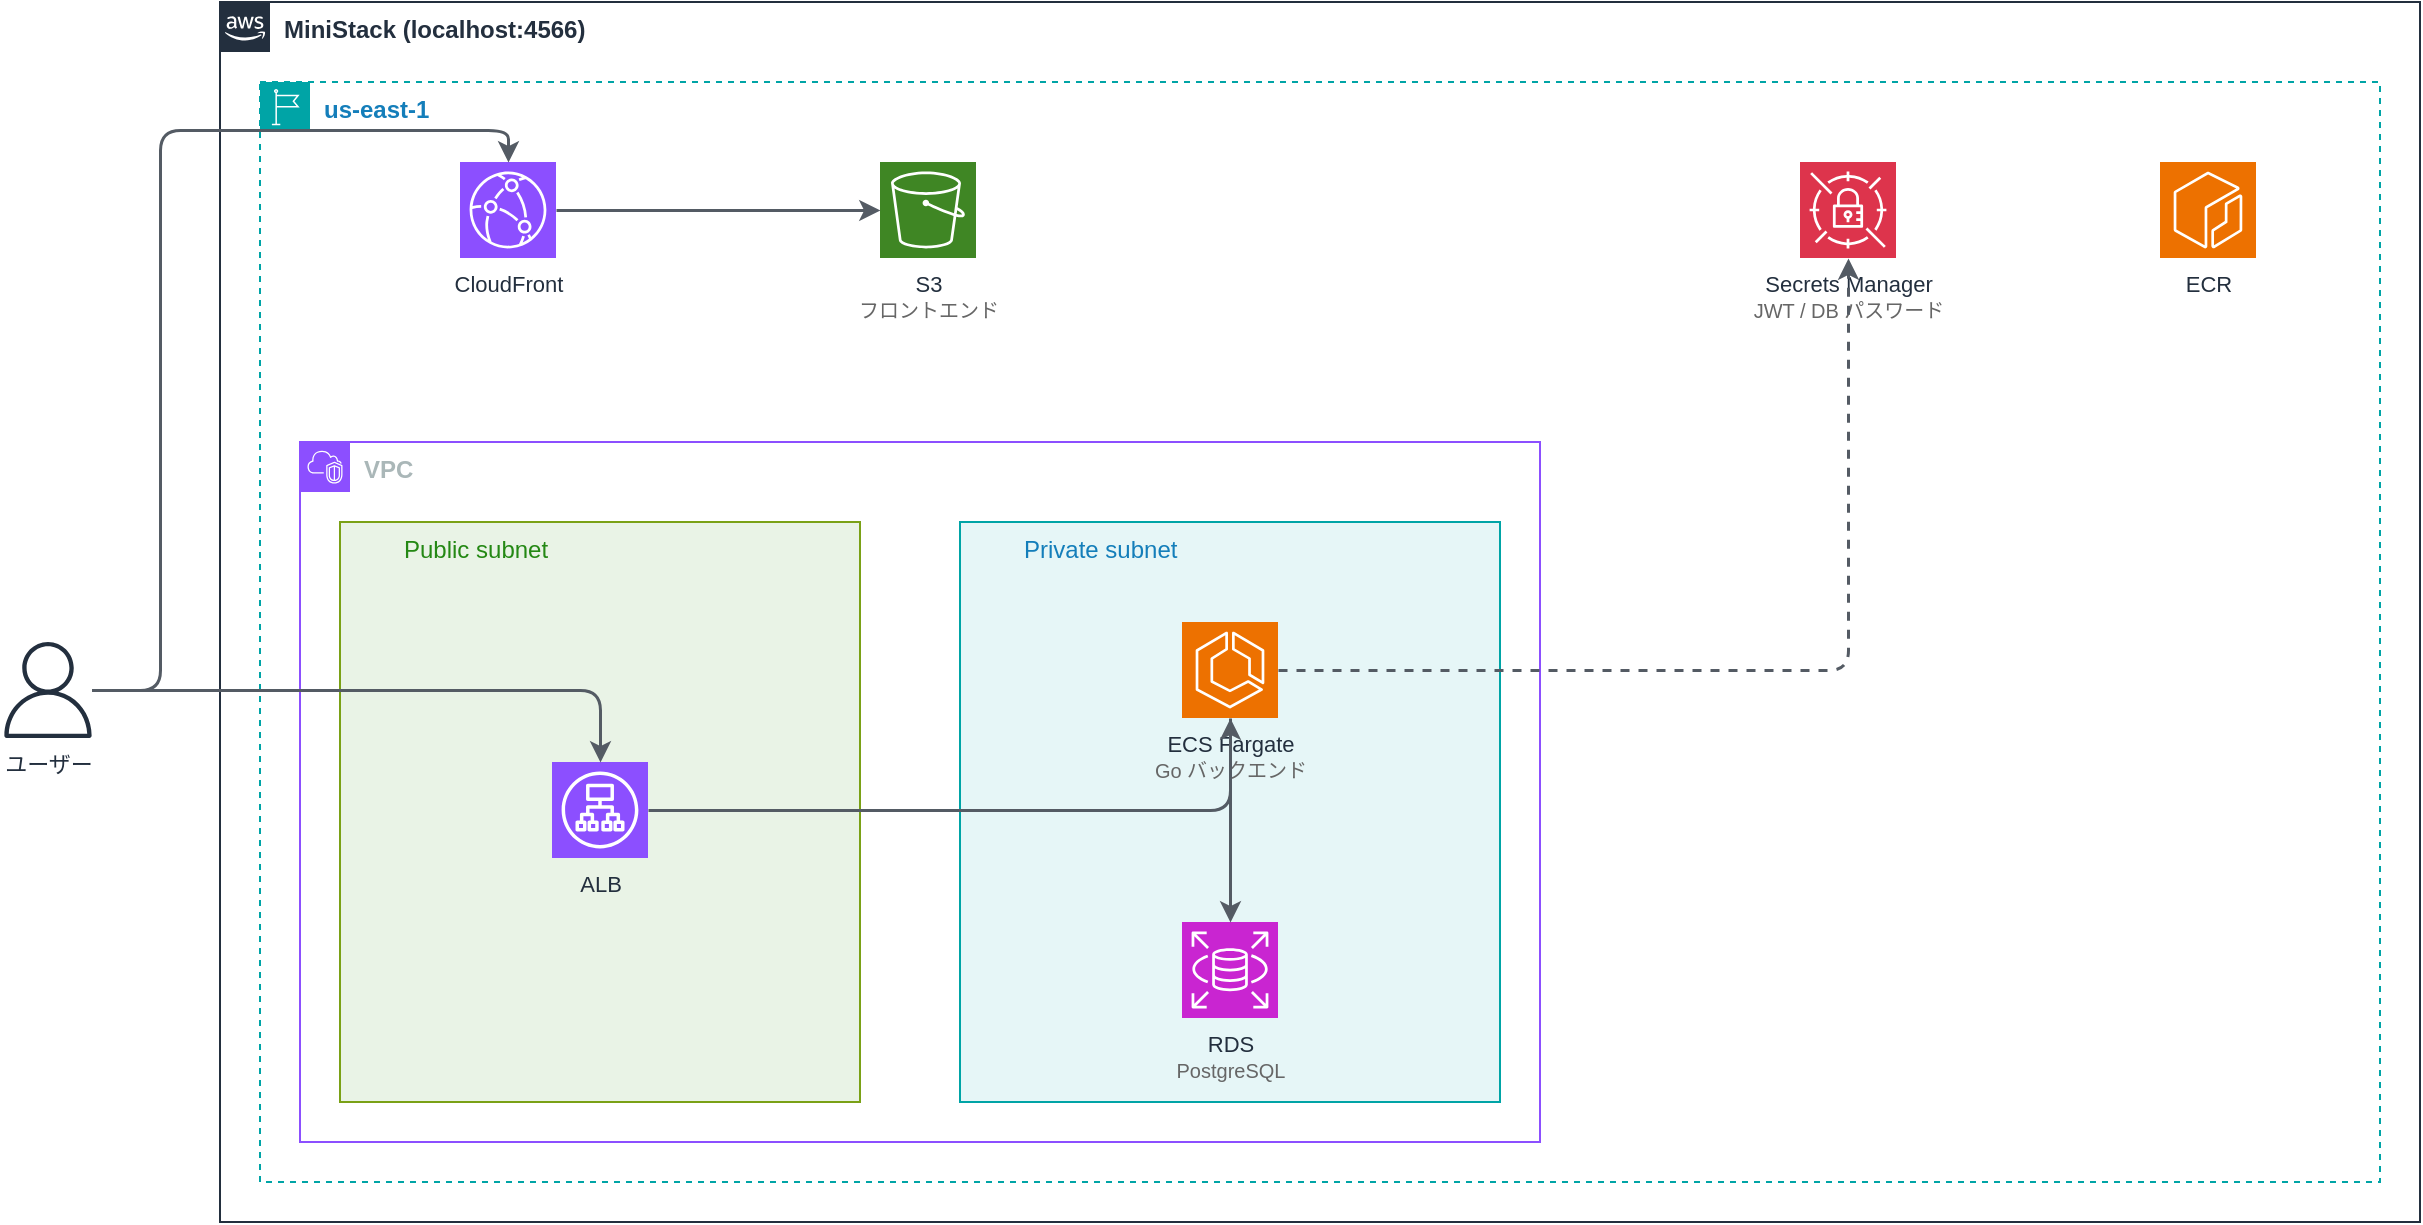
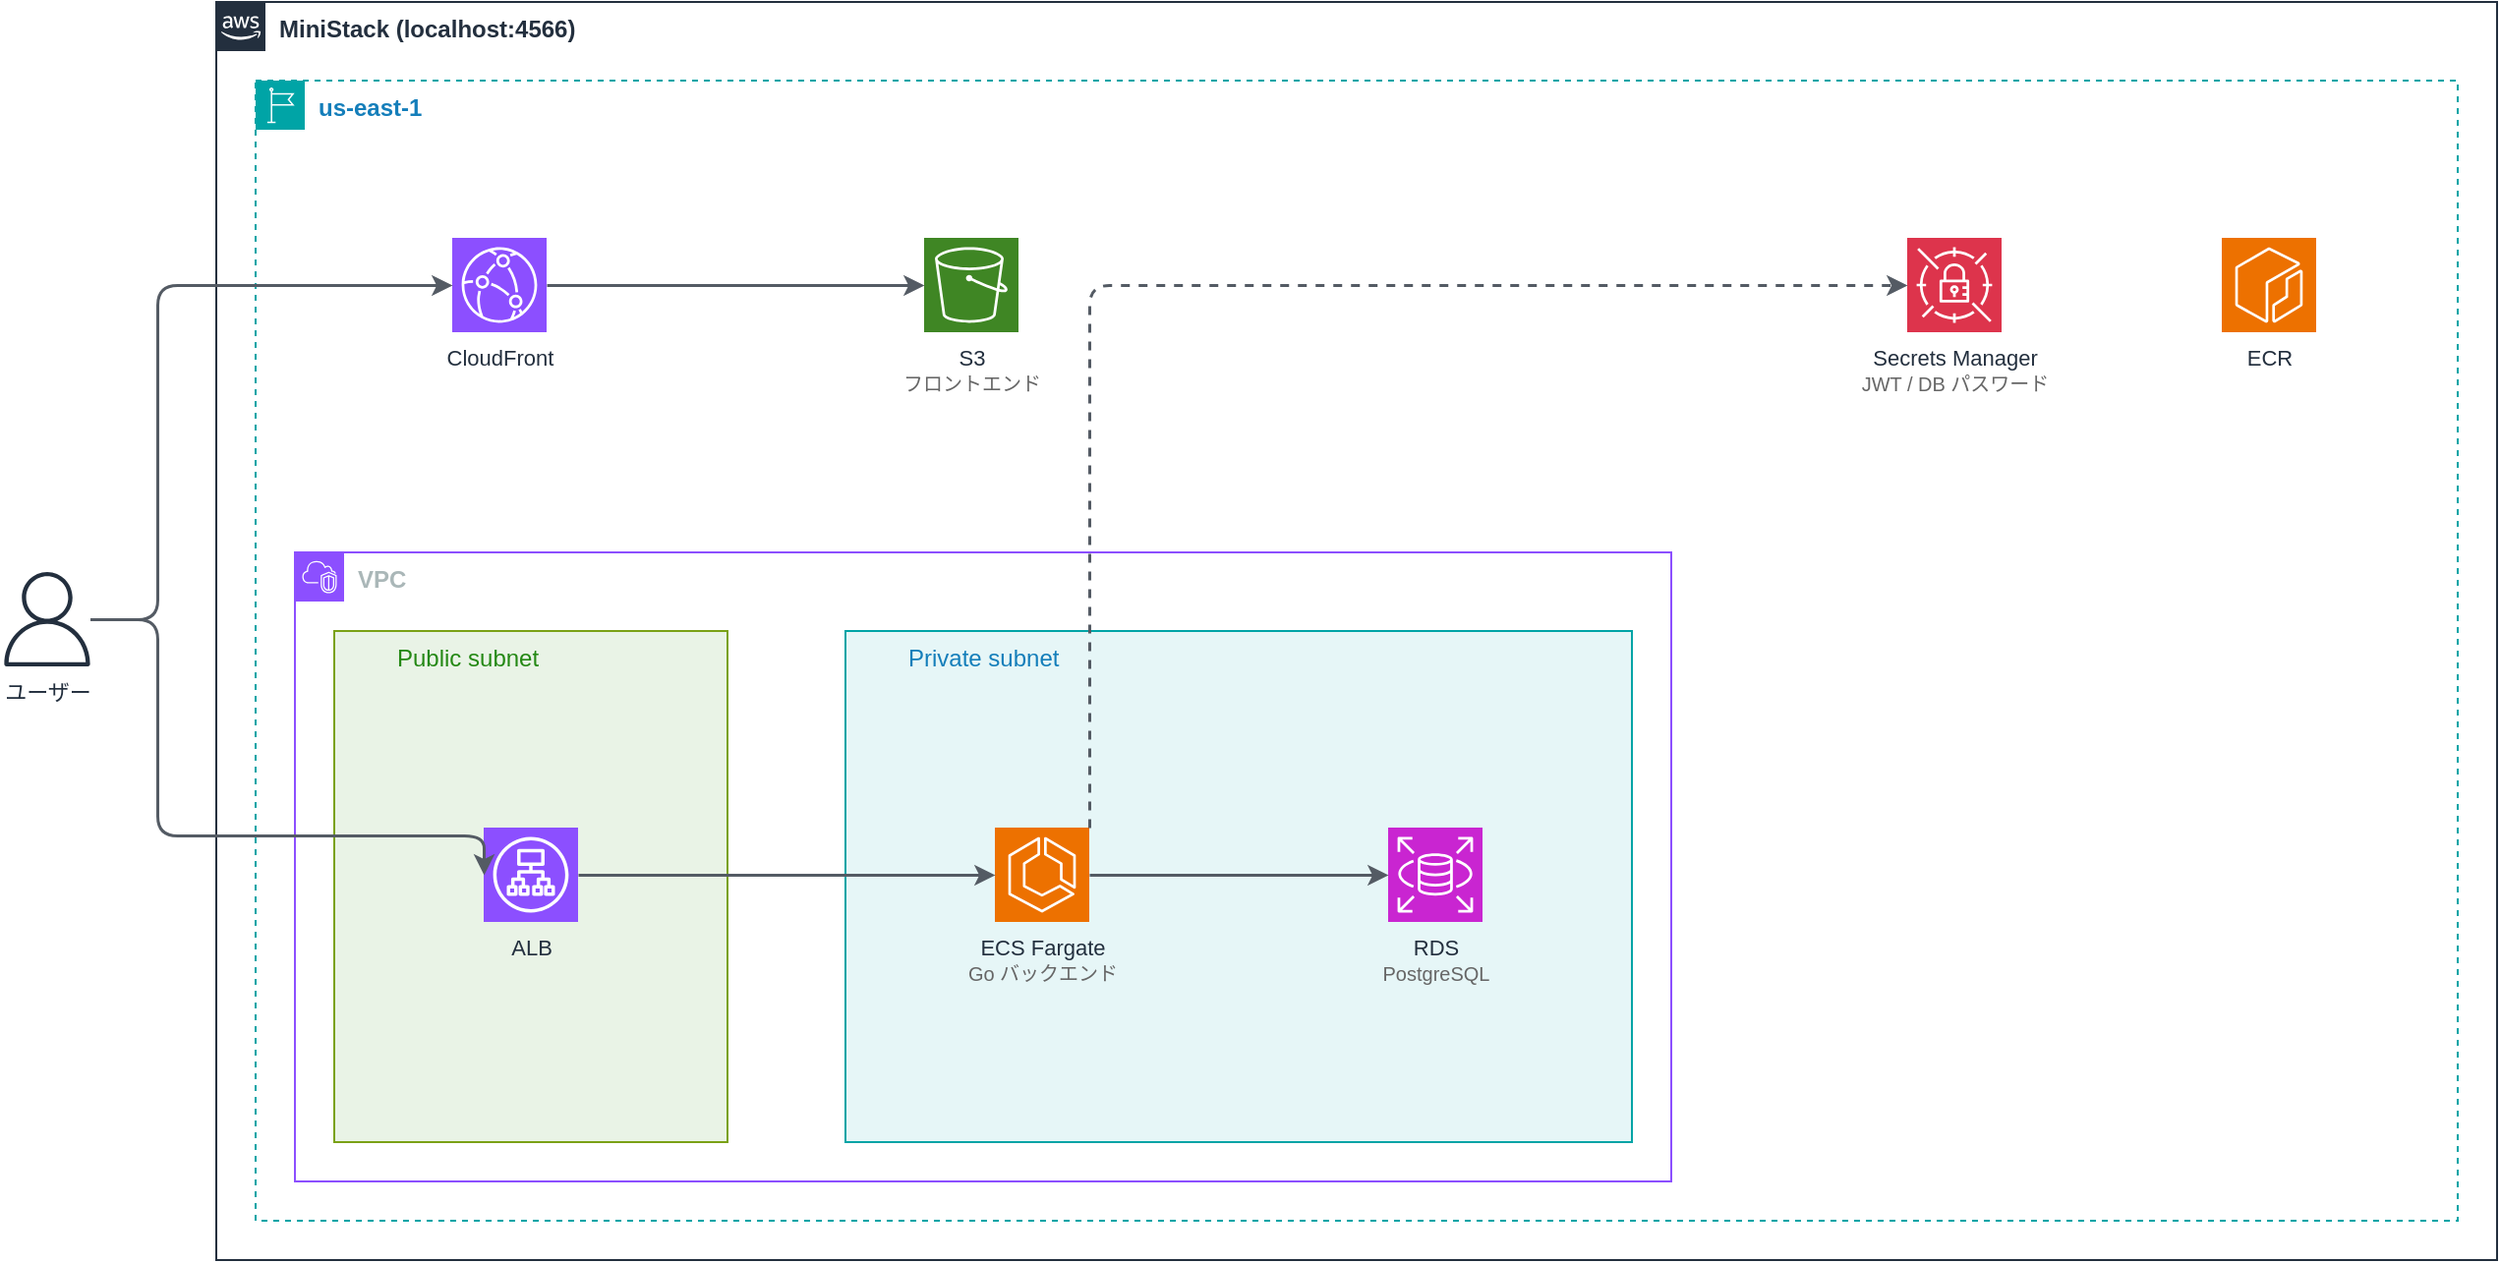
<mxfile host="app.diagrams.net" modified="2026-06-21T00:00:00.000Z" agent="draw.io" version="24.0.0" type="device">
  <diagram id="architecture" name="Architecture">
-     <mxGraphModel dx="1422" dy="762" grid="1" gridSize="10" guides="1" tooltips="1" connect="1" arrows="1" fold="1" page="1" pageScale="1" pageWidth="1400" pageHeight="660" math="0" shadow="0">
+     <mxGraphModel dx="1422" dy="762" grid="1" gridSize="10" guides="1" tooltips="1" connect="1" arrows="1" fold="1" page="1" pageScale="1" pageWidth="1400" pageHeight="700" math="0" shadow="0">
      <root>
        <mxCell id="0" />
        <mxCell id="1" parent="0" />

        <!-- AWS Cloud / MiniStack -->
        <mxCell id="cloud" value="MiniStack (localhost:4566)" style="points=[[0,0],[0.25,0],[0.5,0],[0.75,0],[1,0],[1,0.25],[1,0.5],[1,0.75],[1,1],[0.75,1],[0.5,1],[0.25,1],[0,1],[0,0.75],[0,0.5],[0,0.25]];outlineConnect=0;gradientColor=none;html=1;whiteSpace=wrap;fontSize=12;fontStyle=1;container=1;pointerEvents=0;collapsible=0;recursiveResize=0;shape=mxgraph.aws4.group;grIcon=mxgraph.aws4.group_aws_cloud_alt;strokeColor=#232F3E;fillColor=none;verticalAlign=top;align=left;spacingLeft=30;fontColor=#232F3E;dashed=0;" vertex="1" parent="1">
-           <mxGeometry x="160" y="20" width="1100" height="610" as="geometry" />
+           <mxGeometry x="160" y="20" width="1160" height="640" as="geometry" />
        </mxCell>

        <!-- Region -->
        <mxCell id="region" value="us-east-1" style="points=[[0,0],[0.25,0],[0.5,0],[0.75,0],[1,0],[1,0.25],[1,0.5],[1,0.75],[1,1],[0.75,1],[0.5,1],[0.25,1],[0,1],[0,0.75],[0,0.5],[0,0.25]];outlineConnect=0;gradientColor=none;html=1;whiteSpace=wrap;fontSize=12;fontStyle=1;container=1;pointerEvents=0;collapsible=0;recursiveResize=0;shape=mxgraph.aws4.group;grIcon=mxgraph.aws4.group_region;strokeColor=#00A4A6;fillColor=none;verticalAlign=top;align=left;spacingLeft=30;fontColor=#147EBA;dashed=1;" vertex="1" parent="cloud">
-           <mxGeometry x="20" y="40" width="1060" height="550" as="geometry" />
+           <mxGeometry x="20" y="40" width="1120" height="580" as="geometry" />
        </mxCell>

        <!-- VPC -->
        <mxCell id="vpc" value="VPC" style="points=[[0,0],[0.25,0],[0.5,0],[0.75,0],[1,0],[1,0.25],[1,0.5],[1,0.75],[1,1],[0.75,1],[0.5,1],[0.25,1],[0,1],[0,0.75],[0,0.5],[0,0.25]];outlineConnect=0;gradientColor=none;html=1;whiteSpace=wrap;fontSize=12;fontStyle=1;container=1;pointerEvents=0;collapsible=0;recursiveResize=0;shape=mxgraph.aws4.group;grIcon=mxgraph.aws4.group_vpc2;strokeColor=#8C4FFF;fillColor=none;verticalAlign=top;align=left;spacingLeft=30;fontColor=#AAB7B8;dashed=0;" vertex="1" parent="region">
-           <mxGeometry x="20" y="180" width="620" height="350" as="geometry" />
+           <mxGeometry x="20" y="240" width="700" height="320" as="geometry" />
        </mxCell>

        <!-- Public Subnet -->
        <mxCell id="public-subnet" value="Public subnet" style="points=[[0,0],[0.25,0],[0.5,0],[0.75,0],[1,0],[1,0.25],[1,0.5],[1,0.75],[1,1],[0.75,1],[0.5,1],[0.25,1],[0,1],[0,0.75],[0,0.5],[0,0.25]];outlineConnect=0;gradientColor=none;html=1;whiteSpace=wrap;fontSize=12;fontStyle=0;container=1;pointerEvents=0;collapsible=0;recursiveResize=0;shape=mxgraph.aws4.group;grIcon=mxgraph.aws4.group_public_subnet;strokeColor=#7AA116;fillColor=#E9F3E6;verticalAlign=top;align=left;spacingLeft=30;fontColor=#248814;dashed=0;" vertex="1" parent="vpc">
-           <mxGeometry x="20" y="40" width="260" height="290" as="geometry" />
+           <mxGeometry x="20" y="40" width="200" height="260" as="geometry" />
        </mxCell>

        <!-- Private Subnet -->
        <mxCell id="private-subnet" value="Private subnet" style="points=[[0,0],[0.25,0],[0.5,0],[0.75,0],[1,0],[1,0.25],[1,0.5],[1,0.75],[1,1],[0.75,1],[0.5,1],[0.25,1],[0,1],[0,0.75],[0,0.5],[0,0.25]];outlineConnect=0;gradientColor=none;html=1;whiteSpace=wrap;fontSize=12;fontStyle=0;container=1;pointerEvents=0;collapsible=0;recursiveResize=0;shape=mxgraph.aws4.group;grIcon=mxgraph.aws4.group_private_subnet;strokeColor=#00A4A6;fillColor=#E6F6F7;verticalAlign=top;align=left;spacingLeft=30;fontColor=#147EBA;dashed=0;" vertex="1" parent="vpc">
-           <mxGeometry x="330" y="40" width="270" height="290" as="geometry" />
+           <mxGeometry x="280" y="40" width="400" height="260" as="geometry" />
        </mxCell>

-         <!-- CloudFront (outside VPC, inside Region) -->
+         <!-- CloudFront (outside VPC, inside Region) - top row -->
        <mxCell id="cloudfront" value="CloudFront" style="sketch=0;outlineConnect=0;fontColor=#232F3E;gradientColor=none;fillColor=#8C4FFF;strokeColor=#ffffff;dashed=0;verticalLabelPosition=bottom;verticalAlign=top;align=center;html=1;fontSize=11;fontStyle=0;aspect=fixed;pointerEvents=1;shape=mxgraph.aws4.resourceIcon;resIcon=mxgraph.aws4.cloudfront;" vertex="1" parent="region">
-           <mxGeometry x="100" y="40" width="48" height="48" as="geometry" />
+           <mxGeometry x="100" y="80" width="48" height="48" as="geometry" />
        </mxCell>

-         <!-- S3 (outside VPC, inside Region) -->
+         <!-- S3 (outside VPC, inside Region) - top row -->
        <mxCell id="s3" value="S3&lt;br&gt;&lt;font style=&quot;font-size:10px;color:#666&quot;&gt;フロントエンド&lt;/font&gt;" style="sketch=0;outlineConnect=0;fontColor=#232F3E;gradientColor=none;fillColor=#3F8624;strokeColor=#ffffff;dashed=0;verticalLabelPosition=bottom;verticalAlign=top;align=center;html=1;fontSize=11;fontStyle=0;aspect=fixed;pointerEvents=1;shape=mxgraph.aws4.resourceIcon;resIcon=mxgraph.aws4.s3;" vertex="1" parent="region">
-           <mxGeometry x="310" y="40" width="48" height="48" as="geometry" />
+           <mxGeometry x="340" y="80" width="48" height="48" as="geometry" />
        </mxCell>

-         <!-- Secrets Manager (outside VPC, inside Region) -->
+         <!-- Secrets Manager (outside VPC, inside Region) - top right -->
        <mxCell id="secrets" value="Secrets Manager&lt;br&gt;&lt;font style=&quot;font-size:10px;color:#666&quot;&gt;JWT / DB パスワード&lt;/font&gt;" style="sketch=0;outlineConnect=0;fontColor=#232F3E;gradientColor=none;fillColor=#DD344C;strokeColor=#ffffff;dashed=0;verticalLabelPosition=bottom;verticalAlign=top;align=center;html=1;fontSize=11;fontStyle=0;aspect=fixed;pointerEvents=1;shape=mxgraph.aws4.resourceIcon;resIcon=mxgraph.aws4.secrets_manager;" vertex="1" parent="region">
-           <mxGeometry x="770" y="40" width="48" height="48" as="geometry" />
+           <mxGeometry x="840" y="80" width="48" height="48" as="geometry" />
        </mxCell>

-         <!-- ECR (outside VPC, inside Region) -->
+         <!-- ECR (outside VPC, inside Region) - top right -->
        <mxCell id="ecr" value="ECR" style="sketch=0;outlineConnect=0;fontColor=#232F3E;gradientColor=none;fillColor=#ED7100;strokeColor=#ffffff;dashed=0;verticalLabelPosition=bottom;verticalAlign=top;align=center;html=1;fontSize=11;fontStyle=0;aspect=fixed;pointerEvents=1;shape=mxgraph.aws4.resourceIcon;resIcon=mxgraph.aws4.ecr;" vertex="1" parent="region">
-           <mxGeometry x="950" y="40" width="48" height="48" as="geometry" />
+           <mxGeometry x="1000" y="80" width="48" height="48" as="geometry" />
        </mxCell>

-         <!-- ALB (in Public Subnet) -->
+         <!-- ALB (in Public Subnet) - centered vertically -->
        <mxCell id="alb" value="ALB" style="sketch=0;outlineConnect=0;fontColor=#232F3E;gradientColor=none;fillColor=#8C4FFF;strokeColor=#ffffff;dashed=0;verticalLabelPosition=bottom;verticalAlign=top;align=center;html=1;fontSize=11;fontStyle=0;aspect=fixed;pointerEvents=1;shape=mxgraph.aws4.resourceIcon;resIcon=mxgraph.aws4.application_load_balancer;" vertex="1" parent="public-subnet">
-           <mxGeometry x="106" y="120" width="48" height="48" as="geometry" />
+           <mxGeometry x="76" y="100" width="48" height="48" as="geometry" />
        </mxCell>

        <!-- ECS Fargate (in Private Subnet) -->
        <mxCell id="ecs" value="ECS Fargate&lt;br&gt;&lt;font style=&quot;font-size:10px;color:#666&quot;&gt;Go バックエンド&lt;/font&gt;" style="sketch=0;outlineConnect=0;fontColor=#232F3E;gradientColor=none;fillColor=#ED7100;strokeColor=#ffffff;dashed=0;verticalLabelPosition=bottom;verticalAlign=top;align=center;html=1;fontSize=11;fontStyle=0;aspect=fixed;pointerEvents=1;shape=mxgraph.aws4.resourceIcon;resIcon=mxgraph.aws4.ecs;" vertex="1" parent="private-subnet">
-           <mxGeometry x="111" y="50" width="48" height="48" as="geometry" />
+           <mxGeometry x="76" y="100" width="48" height="48" as="geometry" />
        </mxCell>

        <!-- RDS (in Private Subnet) -->
        <mxCell id="rds" value="RDS&lt;br&gt;&lt;font style=&quot;font-size:10px;color:#666&quot;&gt;PostgreSQL&lt;/font&gt;" style="sketch=0;outlineConnect=0;fontColor=#232F3E;gradientColor=none;fillColor=#C925D1;strokeColor=#ffffff;dashed=0;verticalLabelPosition=bottom;verticalAlign=top;align=center;html=1;fontSize=11;fontStyle=0;aspect=fixed;pointerEvents=1;shape=mxgraph.aws4.resourceIcon;resIcon=mxgraph.aws4.rds;" vertex="1" parent="private-subnet">
-           <mxGeometry x="111" y="200" width="48" height="48" as="geometry" />
+           <mxGeometry x="276" y="100" width="48" height="48" as="geometry" />
        </mxCell>

        <!-- User -->
        <mxCell id="user" value="ユーザー" style="sketch=0;outlineConnect=0;fontColor=#232F3E;gradientColor=none;fillColor=#232F3E;strokeColor=none;dashed=0;verticalLabelPosition=bottom;verticalAlign=top;align=center;html=1;fontSize=11;fontStyle=0;aspect=fixed;pointerEvents=1;shape=mxgraph.aws4.user;" vertex="1" parent="1">
-           <mxGeometry x="50" y="340" width="48" height="48" as="geometry" />
+           <mxGeometry x="50" y="310" width="48" height="48" as="geometry" />
        </mxCell>

-         <!-- Arrows -->
-         <mxCell id="a1" style="edgeStyle=orthogonalEdgeStyle;rounded=1;orthogonalLoop=1;jettySize=auto;strokeWidth=1.5;strokeColor=#545B64;" edge="1" source="user" target="cloudfront" parent="1">
+         <!-- Arrows: all left-to-right -->
+         <!-- User → CloudFront (top path) -->
+         <mxCell id="a1" style="edgeStyle=orthogonalEdgeStyle;rounded=1;orthogonalLoop=1;jettySize=auto;strokeWidth=1.5;strokeColor=#545B64;entryX=0;entryY=0.5;entryDx=0;entryDy=0;entryPerimeter=0;" edge="1" source="user" target="cloudfront" parent="1">
          <mxGeometry relative="1" as="geometry">
            <Array as="points">
-               <mxPoint x="130" y="364" />
-               <mxPoint x="130" y="84" />
+               <mxPoint x="130" y="334" />
+               <mxPoint x="130" y="164" />
            </Array>
          </mxGeometry>
        </mxCell>

-         <mxCell id="a2" style="edgeStyle=orthogonalEdgeStyle;rounded=1;orthogonalLoop=1;jettySize=auto;strokeWidth=1.5;strokeColor=#545B64;" edge="1" source="cloudfront" target="s3" parent="1">
+         <!-- CloudFront → S3 -->
+         <mxCell id="a2" style="edgeStyle=orthogonalEdgeStyle;rounded=1;orthogonalLoop=1;jettySize=auto;strokeWidth=1.5;strokeColor=#545B64;entryX=0;entryY=0.5;entryDx=0;entryDy=0;entryPerimeter=0;exitX=1;exitY=0.5;exitDx=0;exitDy=0;exitPerimeter=0;" edge="1" source="cloudfront" target="s3" parent="1">
          <mxGeometry relative="1" as="geometry" />
        </mxCell>

-         <mxCell id="a3" style="edgeStyle=orthogonalEdgeStyle;rounded=1;orthogonalLoop=1;jettySize=auto;strokeWidth=1.5;strokeColor=#545B64;" edge="1" source="user" target="alb" parent="1">
+         <!-- User → ALB (bottom path) -->
+         <mxCell id="a3" style="edgeStyle=orthogonalEdgeStyle;rounded=1;orthogonalLoop=1;jettySize=auto;strokeWidth=1.5;strokeColor=#545B64;entryX=0;entryY=0.5;entryDx=0;entryDy=0;entryPerimeter=0;" edge="1" source="user" target="alb" parent="1">
+           <mxGeometry relative="1" as="geometry">
+             <Array as="points">
+               <mxPoint x="130" y="334" />
+               <mxPoint x="130" y="444" />
+             </Array>
+           </mxGeometry>
+         </mxCell>
+ 
+         <!-- ALB → ECS -->
+         <mxCell id="a4" style="edgeStyle=orthogonalEdgeStyle;rounded=1;orthogonalLoop=1;jettySize=auto;strokeWidth=1.5;strokeColor=#545B64;entryX=0;entryY=0.5;entryDx=0;entryDy=0;entryPerimeter=0;exitX=1;exitY=0.5;exitDx=0;exitDy=0;exitPerimeter=0;" edge="1" source="alb" target="ecs" parent="1">
          <mxGeometry relative="1" as="geometry" />
        </mxCell>

-         <mxCell id="a4" style="edgeStyle=orthogonalEdgeStyle;rounded=1;orthogonalLoop=1;jettySize=auto;strokeWidth=1.5;strokeColor=#545B64;" edge="1" source="alb" target="ecs" parent="1">
+         <!-- ECS → RDS -->
+         <mxCell id="a5" style="edgeStyle=orthogonalEdgeStyle;rounded=1;orthogonalLoop=1;jettySize=auto;strokeWidth=1.5;strokeColor=#545B64;entryX=0;entryY=0.5;entryDx=0;entryDy=0;entryPerimeter=0;exitX=1;exitY=0.5;exitDx=0;exitDy=0;exitPerimeter=0;" edge="1" source="ecs" target="rds" parent="1">
          <mxGeometry relative="1" as="geometry" />
        </mxCell>

-         <mxCell id="a5" style="edgeStyle=orthogonalEdgeStyle;rounded=1;orthogonalLoop=1;jettySize=auto;strokeWidth=1.5;strokeColor=#545B64;" edge="1" source="ecs" target="rds" parent="1">
-           <mxGeometry relative="1" as="geometry" />
-         </mxCell>
- 
-         <mxCell id="a6" style="edgeStyle=orthogonalEdgeStyle;rounded=1;orthogonalLoop=1;jettySize=auto;strokeWidth=1.5;strokeColor=#545B64;dashed=1;" edge="1" source="ecs" target="secrets" parent="1">
+         <!-- ECS → Secrets Manager (dashed, upward) -->
+         <mxCell id="a6" style="edgeStyle=orthogonalEdgeStyle;rounded=1;orthogonalLoop=1;jettySize=auto;strokeWidth=1.5;strokeColor=#545B64;dashed=1;exitX=1;exitY=0;exitDx=0;exitDy=0;exitPerimeter=0;entryX=0;entryY=0.5;entryDx=0;entryDy=0;entryPerimeter=0;" edge="1" source="ecs" target="secrets" parent="1">
          <mxGeometry relative="1" as="geometry" />
        </mxCell>

      </root>
    </mxGraphModel>
  </diagram>
</mxfile>
